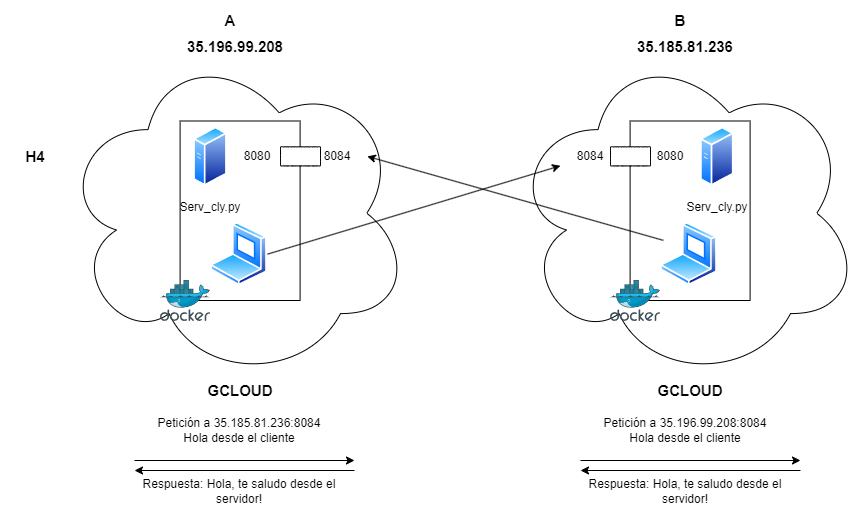
Before: TP1/H4/H4Diagrama.png, a diagram exported from draw.io (LucasLatessa/SDyPP-G3). Source tidied: cells renumbered, new cells last; positions are measured from the earlier drawing's top-left corner, leaving out a move shared by most shapes.
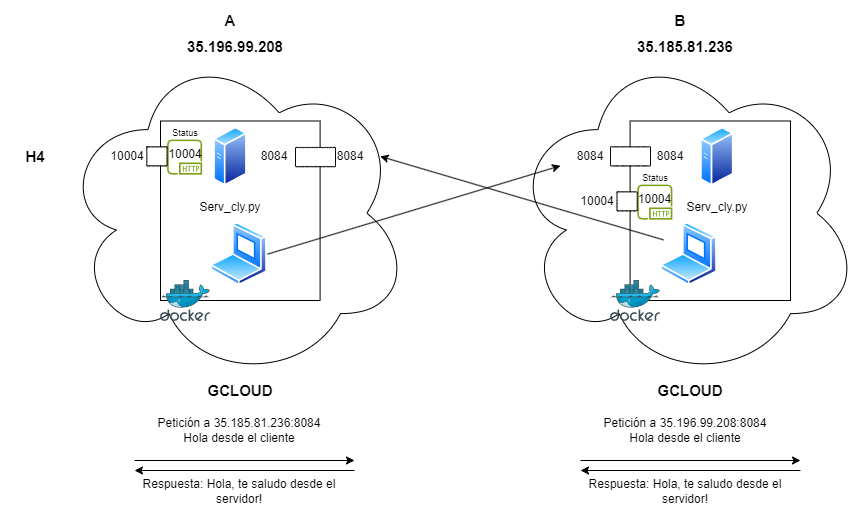
Above is the later version.

What changed in the source:
```diff
@@ -6,7 +6,7 @@
       <mxGeometry x="510" y="45.5" width="350" height="334.5" as="geometry" />
     </mxCell>
     <mxCell id="3" style="rounded=0;whiteSpace=wrap;html=1;" parent="1" vertex="1">
-      <mxGeometry x="629.6" y="120.5" width="120" height="179.5" as="geometry" />
+      <mxGeometry x="629.6" y="120.5" width="160.4" height="179.5" as="geometry" />
     </mxCell>
     <mxCell id="4" style="image;perimeter=ellipsePerimeter;html=1;align=center;shadow=0;dashed=0;spacingTop=3;image=img/lib/active_directory/generic_server.svg;" parent="1" vertex="1">
       <mxGeometry x="700" y="126.2" width="33.6" height="60" as="geometry" />
@@ -29,7 +29,7 @@
     <mxCell id="10" value="8084" style="text;html=1;align=center;verticalAlign=middle;whiteSpace=wrap;rounded=0;" parent="1" vertex="1">
       <mxGeometry x="560" y="141.2" width="60" height="30" as="geometry" />
     </mxCell>
-    <mxCell id="11" value="8080" style="text;html=1;align=center;verticalAlign=middle;whiteSpace=wrap;rounded=0;" parent="1" vertex="1">
+    <mxCell id="11" value="8084" style="text;html=1;align=center;verticalAlign=middle;whiteSpace=wrap;rounded=0;" parent="1" vertex="1">
       <mxGeometry x="640" y="141.2" width="60" height="30" as="geometry" />
     </mxCell>
     <mxCell id="12" value="&lt;div style=&quot;font-size: 15px;&quot;&gt;&lt;b&gt;H4&lt;/b&gt;&lt;/div&gt;" style="text;html=1;align=center;verticalAlign=middle;whiteSpace=wrap;rounded=0;" parent="1" vertex="1">
@@ -45,10 +45,10 @@
       <mxGeometry x="60" y="45.5" width="350" height="334.5" as="geometry" />
     </mxCell>
     <mxCell id="16" style="rounded=0;whiteSpace=wrap;html=1;" parent="1" vertex="1">
-      <mxGeometry x="179.6" y="120.5" width="120" height="179.5" as="geometry" />
+      <mxGeometry x="160" y="120.5" width="159.6" height="179.5" as="geometry" />
     </mxCell>
     <mxCell id="17" style="image;perimeter=ellipsePerimeter;html=1;align=center;shadow=0;dashed=0;spacingTop=3;image=img/lib/active_directory/generic_server.svg;" parent="1" vertex="1">
-      <mxGeometry x="193.2" y="126.2" width="33.6" height="60" as="geometry" />
+      <mxGeometry x="213.2" y="126.2" width="33.6" height="60" as="geometry" />
     </mxCell>
     <mxCell id="18" style="image;perimeter=ellipsePerimeter;html=1;align=center;shadow=0;dashed=0;spacingTop=3;image=img/lib/active_directory/laptop_client.svg;" parent="1" vertex="1">
       <mxGeometry x="210" y="221.9" width="57" height="63.4" as="geometry" />
@@ -57,19 +57,19 @@
       <mxGeometry x="160" y="280" width="50" height="41" as="geometry" />
     </mxCell>
     <mxCell id="20" style="whiteSpace=wrap;html=1;shape=mxgraph.basic.cloud_rect;" parent="1" vertex="1">
-      <mxGeometry x="280" y="146.2" width="40" height="19.3" as="geometry" />
+      <mxGeometry x="295" y="146.9" width="40" height="19.3" as="geometry" />
     </mxCell>
     <mxCell id="21" value="&lt;div style=&quot;font-size: 15px;&quot;&gt;&lt;b&gt;35.196.99.208&lt;/b&gt;&lt;/div&gt;" style="text;html=1;align=center;verticalAlign=middle;whiteSpace=wrap;rounded=0;" parent="1" vertex="1">
       <mxGeometry x="150" y="25.5" width="170" height="40" as="geometry" />
     </mxCell>
     <mxCell id="22" value="Serv_cly.py" style="text;html=1;align=center;verticalAlign=middle;whiteSpace=wrap;rounded=0;" parent="1" vertex="1">
-      <mxGeometry x="180" y="191.9" width="60" height="30" as="geometry" />
+      <mxGeometry x="200" y="191.9" width="60" height="30" as="geometry" />
     </mxCell>
-    <mxCell id="23" value="8080" style="text;html=1;align=center;verticalAlign=middle;whiteSpace=wrap;rounded=0;" parent="1" vertex="1">
-      <mxGeometry x="226.8" y="140.9" width="60" height="30" as="geometry" />
+    <mxCell id="23" value="8084" style="text;html=1;align=center;verticalAlign=middle;whiteSpace=wrap;rounded=0;" parent="1" vertex="1">
+      <mxGeometry x="243.8" y="141.2" width="60" height="30" as="geometry" />
     </mxCell>
     <mxCell id="24" value="8084" style="text;html=1;align=center;verticalAlign=middle;whiteSpace=wrap;rounded=0;" parent="1" vertex="1">
-      <mxGeometry x="306.8" y="140.9" width="60" height="30" as="geometry" />
+      <mxGeometry x="319.6" y="140.9" width="60" height="30" as="geometry" />
     </mxCell>
     <mxCell id="25" value="&lt;div style=&quot;font-size: 15px;&quot;&gt;&lt;b&gt;GCLOUD&lt;/b&gt;&lt;/div&gt;" style="text;html=1;align=center;verticalAlign=middle;whiteSpace=wrap;rounded=0;" parent="1" vertex="1">
       <mxGeometry x="154.6" y="380" width="170" height="20" as="geometry" />
@@ -119,5 +119,35 @@
     <mxCell id="36" value="Respuesta: Hola, te saludo desde el servidor!" style="text;html=1;align=center;verticalAlign=middle;whiteSpace=wrap;rounded=0;" parent="1" vertex="1">
       <mxGeometry x="580" y="481.4" width="210" height="20" as="geometry" />
     </mxCell>
+    <mxCell id="37" style="sketch=0;fontColor=#232F3E;gradientColor=none;fillColor=#7AA116;strokeColor=none;dashed=0;verticalLabelPosition=bottom;verticalAlign=top;align=center;html=1;fontSize=12;fontStyle=0;shape=mxgraph.aws4.http_protocol;" parent="1" vertex="1">
+      <mxGeometry x="166.7" y="139.1" width="35" height="35" as="geometry" />
+    </mxCell>
+    <mxCell id="38" style="whiteSpace=wrap;html=1;shape=mxgraph.basic.cloud_rect;" parent="1" vertex="1">
+      <mxGeometry x="146.2" y="146.2" width="20.4" height="19.3" as="geometry" />
+    </mxCell>
+    <mxCell id="39" value="10004" style="text;html=1;align=center;verticalAlign=middle;whiteSpace=wrap;rounded=0;" parent="1" vertex="1">
+      <mxGeometry x="96.7" y="140.9" width="60" height="30" as="geometry" />
+    </mxCell>
+    <mxCell id="40" value="10004" style="text;html=1;align=center;verticalAlign=middle;whiteSpace=wrap;rounded=0;" parent="1" vertex="1">
+      <mxGeometry x="155" y="139.1" width="60" height="30" as="geometry" />
+    </mxCell>
+    <mxCell id="41" value="Status" style="text;html=1;align=center;verticalAlign=middle;whiteSpace=wrap;rounded=0;fontSize=9;" parent="1" vertex="1">
+      <mxGeometry x="147" y="120.5" width="76" height="25.7" as="geometry" />
+    </mxCell>
+    <mxCell id="42" style="sketch=0;fontColor=#232F3E;gradientColor=none;fillColor=#7AA116;strokeColor=none;dashed=0;verticalLabelPosition=bottom;verticalAlign=top;align=center;html=1;fontSize=12;fontStyle=0;shape=mxgraph.aws4.http_protocol;" parent="1" vertex="1">
+      <mxGeometry x="636.8" y="184.1" width="35" height="35" as="geometry" />
+    </mxCell>
+    <mxCell id="43" style="whiteSpace=wrap;html=1;shape=mxgraph.basic.cloud_rect;" parent="1" vertex="1">
+      <mxGeometry x="616.4" y="191.2" width="20.4" height="19.3" as="geometry" />
+    </mxCell>
+    <mxCell id="44" value="10004" style="text;html=1;align=center;verticalAlign=middle;whiteSpace=wrap;rounded=0;" parent="1" vertex="1">
+      <mxGeometry x="566.8" y="185.9" width="60" height="30" as="geometry" />
+    </mxCell>
+    <mxCell id="45" value="Status" style="text;html=1;align=center;verticalAlign=middle;whiteSpace=wrap;rounded=0;fontSize=9;" parent="1" vertex="1">
+      <mxGeometry x="617.2" y="165.5" width="76" height="25.7" as="geometry" />
+    </mxCell>
+    <mxCell id="46" value="10004" style="text;html=1;align=center;verticalAlign=middle;whiteSpace=wrap;rounded=0;" parent="1" vertex="1">
+      <mxGeometry x="636.8" y="184.1" width="35" height="30" as="geometry" />
+    </mxCell>
   </root>
 </mxGraphModel>
```
